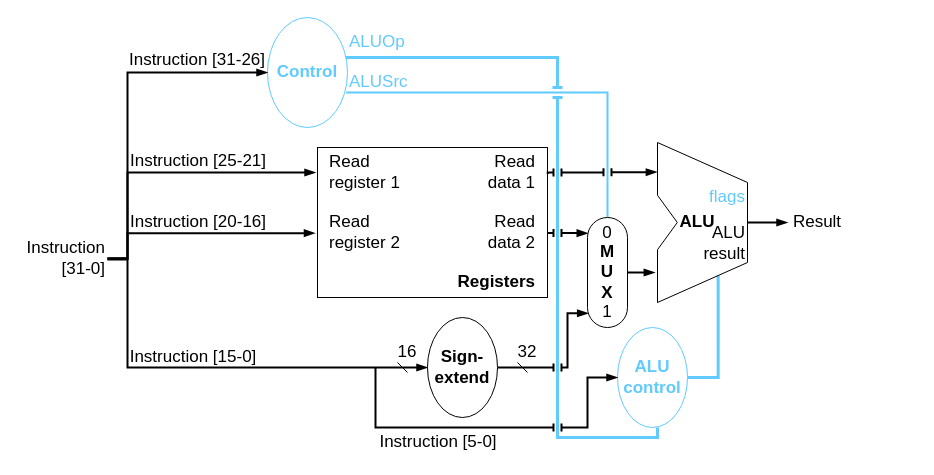
HuMathe/drawio keeps this draw.io diagram as MIPS.drawio. Above is the earlier version. Source tidied: cells renumbered, new cells numbered last; positions are measured from the earlier drawing's top-left corner, leaving out a move shared by most shapes. Both pictures are drawn from the tidied source at 100%, with x=0, y=0 at pixel (17, 17).
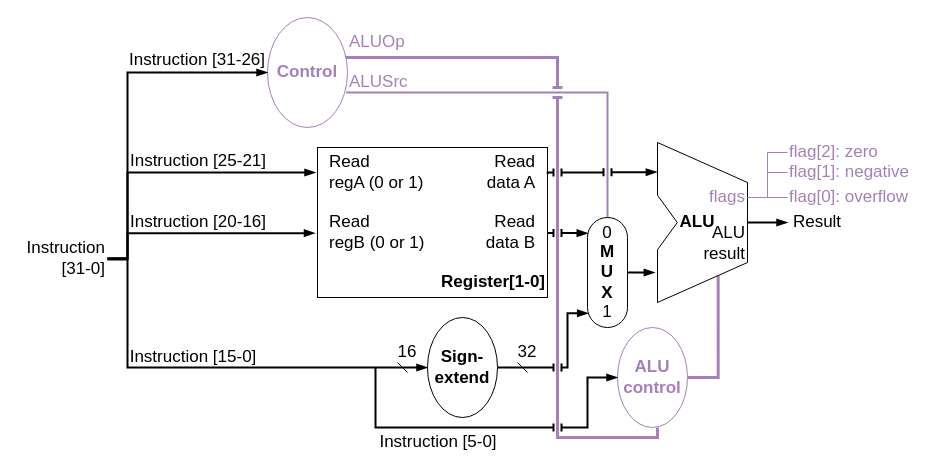
The same diagram, later.

Unchanged cells that the change refers to:
```xml
<mxCell id="24" value="&lt;b&gt;M&lt;br&gt;U&lt;br&gt;X&lt;/b&gt;" style="rounded=1;whiteSpace=wrap;html=1;fontSize=17;fillColor=none;arcSize=50;" parent="1" vertex="1">
  <mxGeometry x="570" y="200" width="40" height="110" as="geometry" />
</mxCell>
<mxCell id="28" style="verticalLabelPosition=bottom;verticalAlign=top;html=1;shape=mxgraph.basic.polygon;polyCoords=[[0,0.33],[0,0],[1,0.25],[1,0.75],[0,1],[0,0.67],[0.22,0.5],[0.22,0.5]];polyline=0;fontSize=17;fillColor=none;" parent="1" vertex="1">
  <mxGeometry x="640" y="125" width="90" height="160" as="geometry" />
</mxCell>
```

Change to the diagram source:
```diff
@@
-    <mxCell id="2" style="edgeStyle=orthogonalEdgeStyle;rounded=0;comic=0;sketch=0;jumpStyle=arc;jettySize=auto;html=1;exitX=0.983;exitY=0.681;exitDx=0;exitDy=0;entryX=0.5;entryY=0;entryDx=0;entryDy=0;fontSize=17;endFill=0;strokeColor=#61CAFF;strokeWidth=2;endArrow=none;exitPerimeter=0;" parent="1" edge="1" source="4" target="24">
+    <mxCell id="2" style="edgeStyle=orthogonalEdgeStyle;rounded=0;comic=0;sketch=0;jumpStyle=arc;jettySize=auto;html=1;exitX=0.983;exitY=0.681;exitDx=0;exitDy=0;entryX=0.5;entryY=0;entryDx=0;entryDy=0;fontSize=17;endFill=0;strokeColor=#A680B8;strokeWidth=2;endArrow=none;exitPerimeter=0;" parent="1" edge="1" source="4" target="24">
       <mxGeometry relative="1" as="geometry">
         <Array as="points">
           <mxPoint x="590" y="75" />
         </Array>
       </mxGeometry>
     </mxCell>
-    <mxCell id="3" style="edgeStyle=orthogonalEdgeStyle;rounded=0;comic=0;sketch=0;jumpStyle=line;jettySize=auto;html=1;entryX=0.571;entryY=1;entryDx=0;entryDy=0;entryPerimeter=0;fontSize=17;endArrow=none;endFill=0;strokeColor=#61CAFF;strokeWidth=3;" parent="1" edge="1" source="4" target="6">
+    <mxCell id="3" style="edgeStyle=orthogonalEdgeStyle;rounded=0;comic=0;sketch=0;jumpStyle=line;jettySize=auto;html=1;entryX=0.571;entryY=1;entryDx=0;entryDy=0;entryPerimeter=0;fontSize=17;endArrow=none;endFill=0;strokeColor=#A680B8;strokeWidth=3;" parent="1" edge="1" source="4" target="6">
       <mxGeometry relative="1" as="geometry">
         <Array as="points">
           <mxPoint x="540" y="40" />
           <mxPoint x="540" y="420" />
           <mxPoint x="640" y="420" />
         </Array>
       </mxGeometry>
     </mxCell>
-    <mxCell id="4" value="&lt;b&gt;&lt;font style=&quot;font-size: 17px&quot; color=&quot;#61caff&quot;&gt;Control&lt;/font&gt;&lt;/b&gt;" style="ellipse;whiteSpace=wrap;html=1;rotation=0;strokeColor=#61CAFF;" parent="1" vertex="1">
+    <mxCell id="4" value="&lt;b&gt;&lt;font style=&quot;font-size: 17px&quot; color=&quot;#a680b8&quot;&gt;Control&lt;/font&gt;&lt;/b&gt;" style="ellipse;whiteSpace=wrap;html=1;rotation=0;strokeColor=#A680B8;" parent="1" vertex="1">
       <mxGeometry x="250" width="80" height="110" as="geometry" />
     </mxCell>
-    <mxCell id="5" style="edgeStyle=orthogonalEdgeStyle;rounded=0;comic=0;sketch=0;jumpStyle=line;jettySize=auto;html=1;entryX=0.674;entryY=0.831;entryDx=0;entryDy=0;entryPerimeter=0;fontSize=17;fontColor=#61CAFF;endArrow=none;endFill=0;strokeColor=#61CAFF;strokeWidth=3;exitX=1;exitY=0.5;exitDx=0;exitDy=0;" parent="1" edge="1" source="6" target="28">
+    <mxCell id="5" style="edgeStyle=orthogonalEdgeStyle;rounded=0;comic=0;sketch=0;jumpStyle=line;jettySize=auto;html=1;entryX=0.674;entryY=0.831;entryDx=0;entryDy=0;entryPerimeter=0;fontSize=17;fontColor=#61CAFF;endArrow=none;endFill=0;strokeColor=#A680B8;strokeWidth=3;exitX=1;exitY=0.5;exitDx=0;exitDy=0;" parent="1" edge="1" source="6" target="28">
       <mxGeometry relative="1" as="geometry" />
     </mxCell>
-    <mxCell id="6" value="&lt;b&gt;&lt;font color=&quot;#61caff&quot;&gt;ALU&lt;br&gt;control&lt;/font&gt;&lt;/b&gt;" style="ellipse;whiteSpace=wrap;html=1;fontSize=17;strokeColor=#61CAFF;" parent="1" vertex="1">
+    <mxCell id="6" value="&lt;b&gt;&lt;font color=&quot;#a680b8&quot;&gt;ALU&lt;br&gt;control&lt;/font&gt;&lt;/b&gt;" style="ellipse;whiteSpace=wrap;html=1;fontSize=17;strokeColor=#A680B8;" parent="1" vertex="1">
       <mxGeometry x="600" y="310" width="70" height="100" as="geometry" />
     </mxCell>
@@
-    <mxCell id="16" value="&lt;b&gt;Registers&lt;/b&gt;" style="text;html=1;strokeColor=none;fillColor=none;align=right;verticalAlign=middle;whiteSpace=wrap;rounded=0;fontSize=17;" parent="1" vertex="1">
-      <mxGeometry x="400" y="250" width="120" height="30" as="geometry" />
+    <mxCell id="16" value="&lt;b&gt;Register[1-0]&lt;/b&gt;" style="text;html=1;strokeColor=none;fillColor=none;align=right;verticalAlign=middle;whiteSpace=wrap;rounded=0;fontSize=17;" parent="1" vertex="1">
+      <mxGeometry x="330" y="250" width="200" height="30" as="geometry" />
     </mxCell>
@@
-    <mxCell id="18" value="Read&lt;br&gt;&lt;div&gt;&lt;span&gt;data 2&lt;/span&gt;&lt;/div&gt;" style="text;html=1;strokeColor=none;fillColor=none;align=right;verticalAlign=middle;whiteSpace=wrap;rounded=0;fontSize=17;" parent="1" vertex="1">
+    <mxCell id="18" value="Read&lt;br&gt;&lt;div&gt;&lt;span&gt;data B&lt;/span&gt;&lt;/div&gt;" style="text;html=1;strokeColor=none;fillColor=none;align=right;verticalAlign=middle;whiteSpace=wrap;rounded=0;fontSize=17;" parent="1" vertex="1">
       <mxGeometry x="450" y="200" width="70" height="30" as="geometry" />
     </mxCell>
@@
-    <mxCell id="20" value="Read&lt;br&gt;&lt;div&gt;&lt;span&gt;data 1&lt;/span&gt;&lt;/div&gt;" style="text;html=1;strokeColor=none;fillColor=none;align=right;verticalAlign=middle;whiteSpace=wrap;rounded=0;fontSize=17;" parent="1" vertex="1">
+    <mxCell id="20" value="Read&lt;br&gt;&lt;div&gt;&lt;span&gt;data A&lt;/span&gt;&lt;/div&gt;" style="text;html=1;strokeColor=none;fillColor=none;align=right;verticalAlign=middle;whiteSpace=wrap;rounded=0;fontSize=17;" parent="1" vertex="1">
       <mxGeometry x="450" y="140" width="70" height="30" as="geometry" />
     </mxCell>
-    <mxCell id="21" value="Read&lt;br&gt;&lt;div&gt;&lt;span&gt;register 2&lt;/span&gt;&lt;/div&gt;" style="text;html=1;strokeColor=none;fillColor=none;align=left;verticalAlign=middle;whiteSpace=wrap;rounded=0;fontSize=17;" parent="1" vertex="1">
+    <mxCell id="21" value="Read&lt;br&gt;&lt;div&gt;&lt;span&gt;regB (0 or 1)&lt;/span&gt;&lt;/div&gt;" style="text;html=1;strokeColor=none;fillColor=none;align=left;verticalAlign=middle;whiteSpace=wrap;rounded=0;fontSize=17;" parent="1" vertex="1">
       <mxGeometry x="310" y="200" width="100" height="30" as="geometry" />
     </mxCell>
-    <mxCell id="22" value="Read&lt;br&gt;&lt;div&gt;&lt;span&gt;register 1&lt;/span&gt;&lt;/div&gt;" style="text;html=1;strokeColor=none;fillColor=none;align=left;verticalAlign=middle;whiteSpace=wrap;rounded=0;fontSize=17;" parent="1" vertex="1">
+    <mxCell id="22" value="Read&lt;br&gt;&lt;div&gt;&lt;span&gt;regA (0 or 1)&lt;/span&gt;&lt;/div&gt;" style="text;html=1;strokeColor=none;fillColor=none;align=left;verticalAlign=middle;whiteSpace=wrap;rounded=0;fontSize=17;" parent="1" vertex="1">
       <mxGeometry x="310" y="140" width="100" height="30" as="geometry" />
     </mxCell>
@@
+    <mxCell id="44" style="edgeStyle=orthogonalEdgeStyle;rounded=0;comic=0;sketch=0;jumpStyle=none;jettySize=auto;html=1;exitX=1;exitY=0.5;exitDx=0;exitDy=0;entryX=0;entryY=0.5;entryDx=0;entryDy=0;fontSize=17;fontColor=#61CAFF;endArrow=none;endFill=0;strokeColor=#A680B8;strokeWidth=1;" parent="1" edge="1" source="31" target="47">
+      <mxGeometry relative="1" as="geometry" />
+    </mxCell>
+    <mxCell id="45" style="edgeStyle=orthogonalEdgeStyle;rounded=0;comic=0;sketch=0;jumpStyle=none;jettySize=auto;html=1;exitX=1;exitY=0.5;exitDx=0;exitDy=0;entryX=0;entryY=0.5;entryDx=0;entryDy=0;fontSize=17;fontColor=#61CAFF;endArrow=none;endFill=0;strokeColor=#A680B8;strokeWidth=1;" parent="1" edge="1" source="31" target="48">
+      <mxGeometry relative="1" as="geometry" />
+    </mxCell>
+    <mxCell id="46" style="edgeStyle=orthogonalEdgeStyle;rounded=0;comic=0;sketch=0;jumpStyle=none;jettySize=auto;html=1;exitX=1;exitY=0.5;exitDx=0;exitDy=0;entryX=0;entryY=0.5;entryDx=0;entryDy=0;fontSize=17;fontColor=#61CAFF;endArrow=none;endFill=0;strokeColor=#A680B8;strokeWidth=1;" parent="1" edge="1" source="31" target="49">
+      <mxGeometry relative="1" as="geometry" />
+    </mxCell>
-    <mxCell id="31" value="&lt;font color=&quot;#61caff&quot;&gt;flags&lt;/font&gt;" style="text;html=1;strokeColor=none;fillColor=none;align=right;verticalAlign=middle;whiteSpace=wrap;rounded=0;fontSize=17;" parent="1" vertex="1">
+    <mxCell id="31" value="&lt;font color=&quot;#a680b8&quot;&gt;flags&lt;/font&gt;" style="text;html=1;strokeColor=none;fillColor=none;align=right;verticalAlign=middle;whiteSpace=wrap;rounded=0;fontSize=17;" parent="1" vertex="1">
       <mxGeometry x="670" y="165" width="60" height="30" as="geometry" />
     </mxCell>
@@
-    <mxCell id="42" value="&lt;font color=&quot;#61caff&quot;&gt;ALUOp&lt;/font&gt;" style="text;html=1;strokeColor=none;fillColor=none;align=left;verticalAlign=middle;whiteSpace=wrap;rounded=0;fontSize=17;" parent="1" vertex="1">
+    <mxCell id="42" value="&lt;font color=&quot;#a680b8&quot;&gt;ALUOp&lt;/font&gt;" style="text;html=1;strokeColor=none;fillColor=none;align=left;verticalAlign=middle;whiteSpace=wrap;rounded=0;fontSize=17;" parent="1" vertex="1">
       <mxGeometry x="330" y="10" width="60" height="30" as="geometry" />
     </mxCell>
-    <mxCell id="43" value="&lt;font color=&quot;#61caff&quot;&gt;ALUSrc&lt;br&gt;&lt;/font&gt;" style="text;html=1;strokeColor=none;fillColor=none;align=left;verticalAlign=middle;whiteSpace=wrap;rounded=0;fontSize=17;" parent="1" vertex="1">
+    <mxCell id="43" value="&lt;font color=&quot;#a680b8&quot;&gt;ALUSrc&lt;/font&gt;" style="text;html=1;strokeColor=none;fillColor=none;align=left;verticalAlign=middle;whiteSpace=wrap;rounded=0;fontSize=17;" parent="1" vertex="1">
       <mxGeometry x="330" y="50" width="60" height="30" as="geometry" />
     </mxCell>
+    <mxCell id="47" value="&lt;font color=&quot;#a680b8&quot;&gt;flag[0]: overflow&lt;/font&gt;" style="text;html=1;strokeColor=none;fillColor=none;align=left;verticalAlign=middle;whiteSpace=wrap;rounded=0;fontSize=17;fontColor=#000000;" parent="1" vertex="1">
+      <mxGeometry x="770" y="165" width="130" height="30" as="geometry" />
+    </mxCell>
+    <mxCell id="48" value="&lt;font color=&quot;#a680b8&quot;&gt;flag[1]: negative&lt;/font&gt;" style="text;html=1;strokeColor=none;fillColor=none;align=left;verticalAlign=middle;whiteSpace=wrap;rounded=0;fontSize=17;fontColor=#000000;" parent="1" vertex="1">
+      <mxGeometry x="770" y="140" width="130" height="30" as="geometry" />
+    </mxCell>
+    <mxCell id="49" value="&lt;font color=&quot;#a680b8&quot;&gt;flag[2]: zero&lt;/font&gt;" style="text;html=1;strokeColor=none;fillColor=none;align=left;verticalAlign=middle;whiteSpace=wrap;rounded=0;fontSize=17;fontColor=#000000;" parent="1" vertex="1">
+      <mxGeometry x="770" y="120" width="130" height="30" as="geometry" />
+    </mxCell>
```
